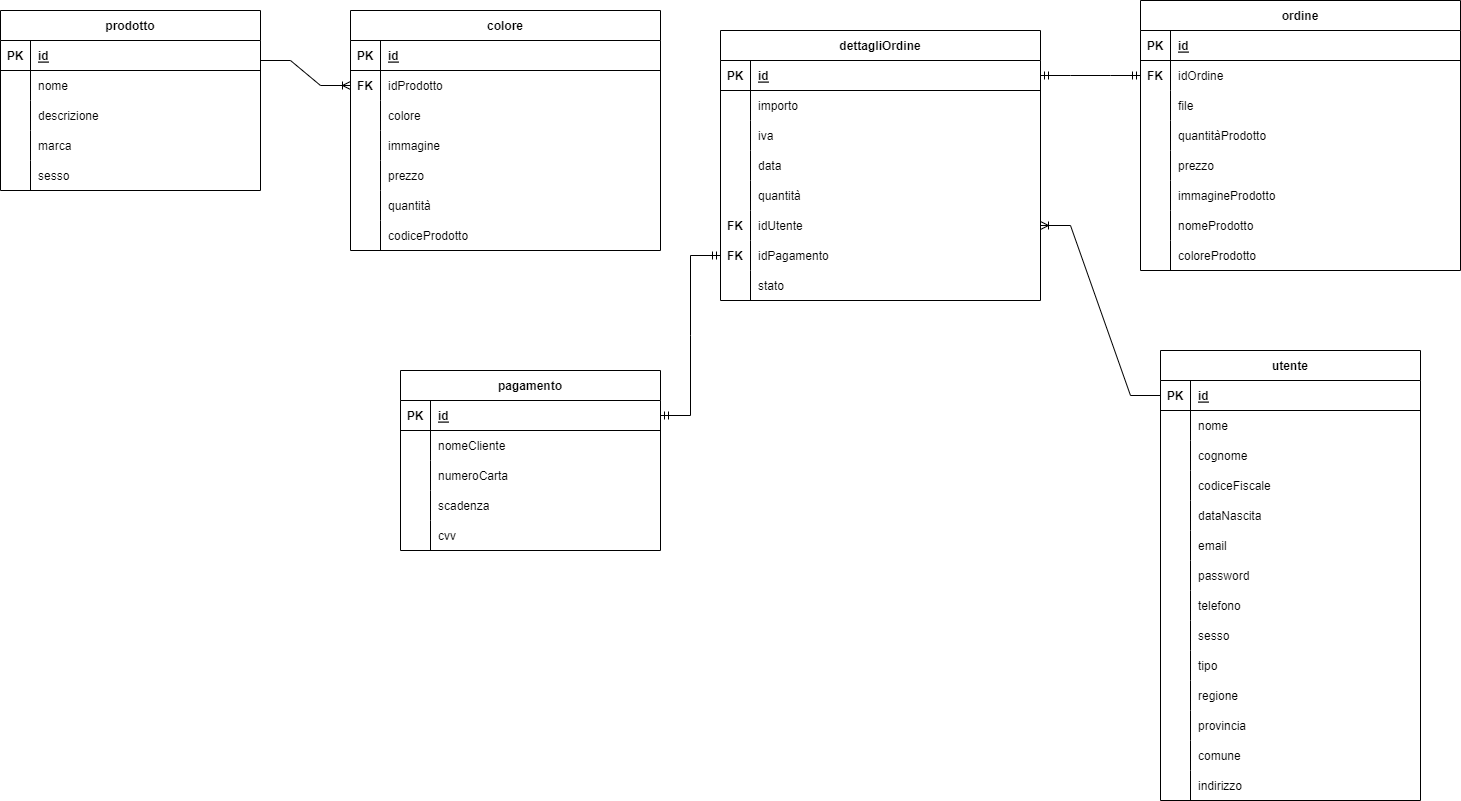
Before: Progetto/src/main/webapp/db/diagramma e-r.drawio.png, a diagram exported from draw.io (21Simo/L-occhiale). Source tidied: cells renumbered, new cells last; positions are measured from the earlier drawing's top-left corner, leaving out a move shared by most shapes.
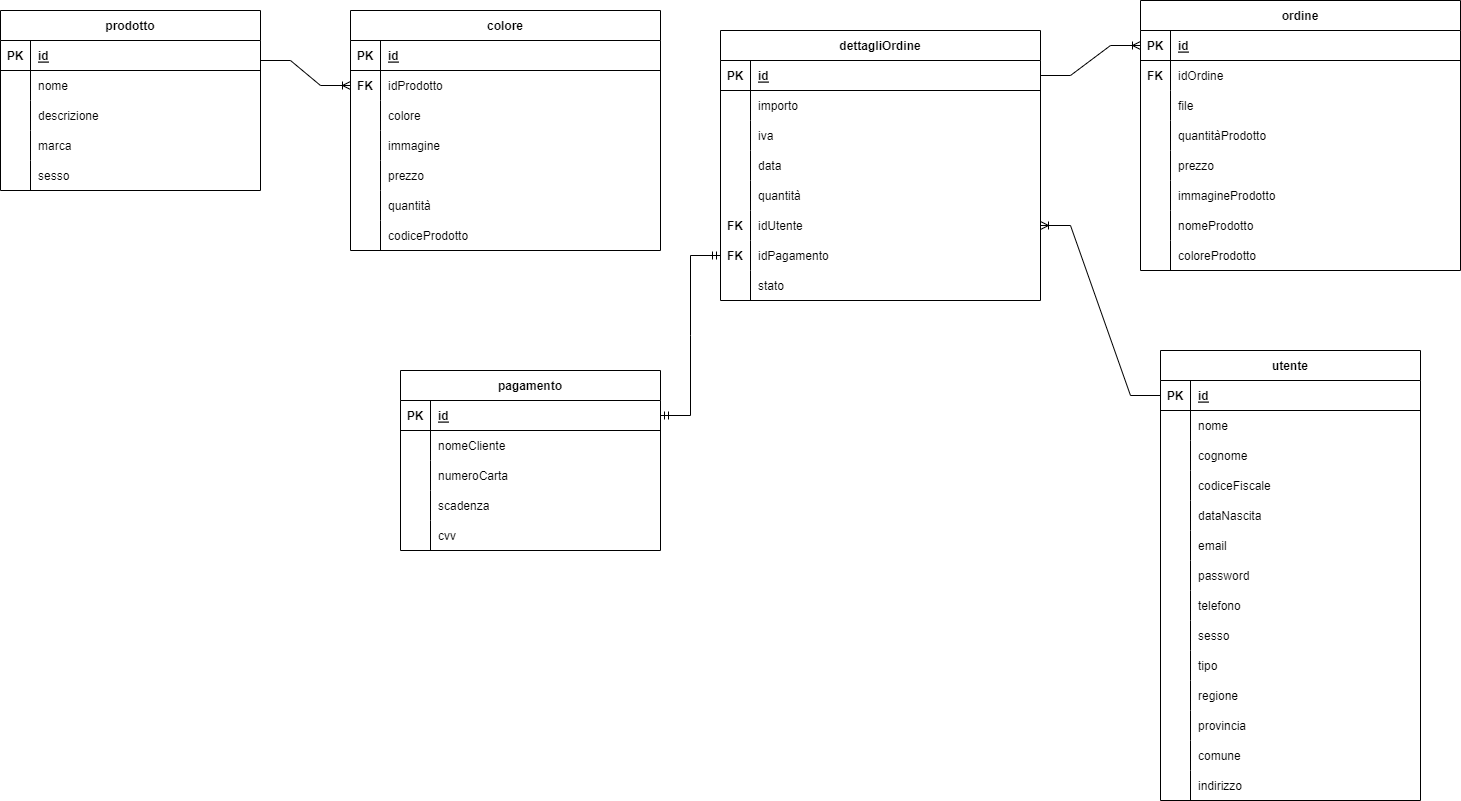
The same diagram one commit later.

Commit message:
Ultime modifiche

The edit, as a diff of the source:
```diff
@@ -459,9 +459,6 @@
     <mxCell id="151" style="edgeStyle=entityRelationEdgeStyle;fontSize=12;html=1;endArrow=ERmandOne;startArrow=ERmandOne;rounded=0;" parent="1" edge="1" source="84" target="118">
       <mxGeometry relative="1" as="geometry" />
     </mxCell>
-    <mxCell id="152" style="edgeStyle=entityRelationEdgeStyle;fontSize=12;html=1;endArrow=ERmandOne;startArrow=ERmandOne;rounded=0;entryX=1;entryY=0.5;entryDx=0;entryDy=0;" parent="1" edge="1" source="128" target="100">
-      <mxGeometry relative="1" as="geometry" />
-    </mxCell>
     <mxCell id="153" value="FK" style="shape=partialRectangle;overflow=hidden;fillColor=none;strokeColor=inherit;top=0;left=0;bottom=0;right=0;fontStyle=1;" parent="1" vertex="1">
       <mxGeometry x="350" y="70" width="30" height="30" as="geometry" />
     </mxCell>
@@ -474,5 +471,8 @@
     <mxCell id="156" value="FK" style="shape=partialRectangle;overflow=hidden;fillColor=none;strokeColor=inherit;top=0;left=0;bottom=0;right=0;fontStyle=1;" parent="1" vertex="1">
       <mxGeometry x="1140" y="60" width="30" height="30" as="geometry" />
     </mxCell>
+    <mxCell id="157" style="edgeStyle=entityRelationEdgeStyle;fontSize=12;html=1;endArrow=ERoneToMany;rounded=0;" parent="1" edge="1" source="100" target="125">
+      <mxGeometry relative="1" as="geometry" />
+    </mxCell>
   </root>
 </mxGraphModel>
```
